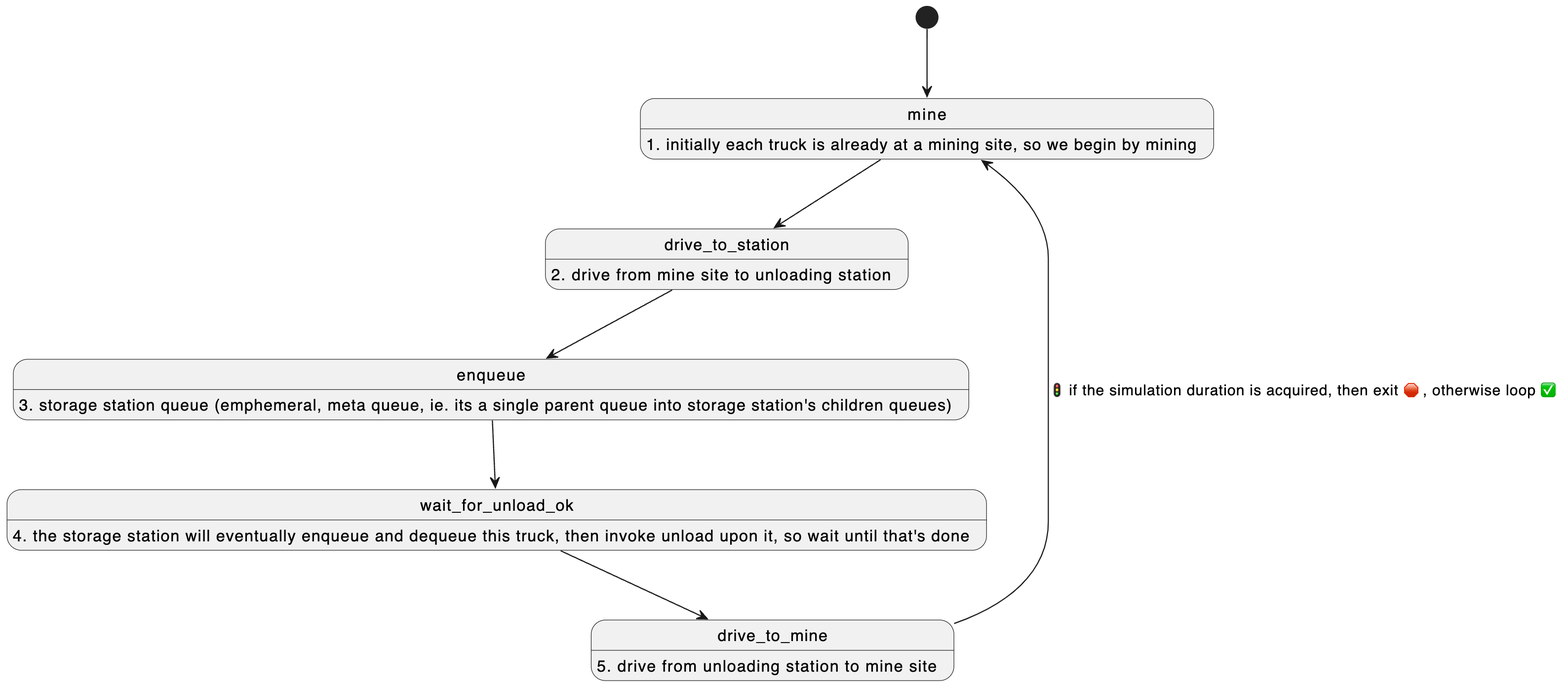
Before: images/State.png, a diagram exported from PlantUML (claytonjwong/vast). Its source is kept beside it as docs/State.puml.
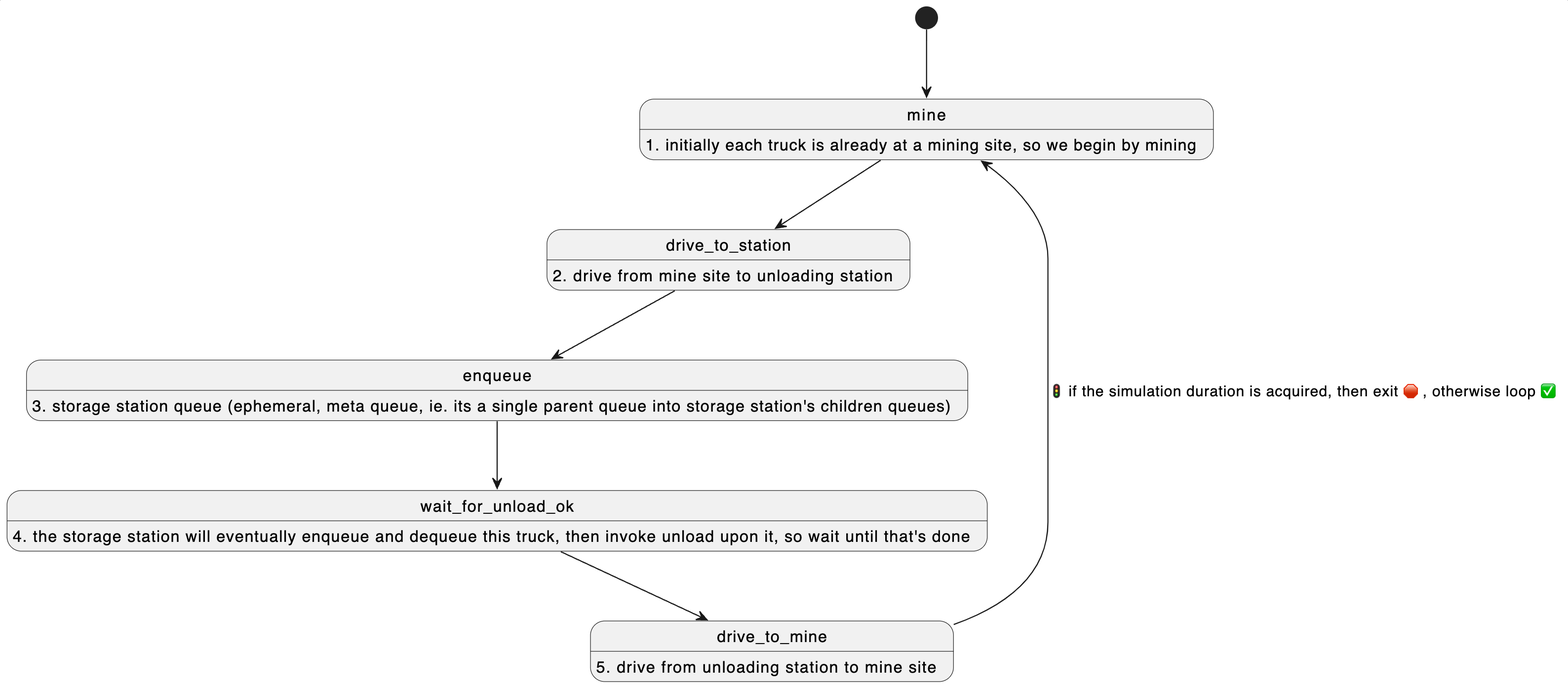
The same file after the commit.

Commit message:
fix typo: 'emphemeral' -> 'ephemeral' in the state machine diagram

What changed in the source:
```diff
@@ -3,7 +3,7 @@
 [*] --> mine
 mine : 1. initially each truck is already at a mining site, so we begin by mining
 drive_to_station : 2. drive from mine site to unloading station
-enqueue : 3. storage station queue (emphemeral, meta queue, ie. its a single parent queue into storage station's children queues)
+enqueue : 3. storage station queue (ephemeral, meta queue, ie. its a single parent queue into storage station's children queues)
 wait_for_unload_ok : 4. the storage station will eventually enqueue and dequeue this truck, then invoke unload upon it, so wait until that's done
 drive_to_mine : 5. drive from unloading station to mine site
 
```
